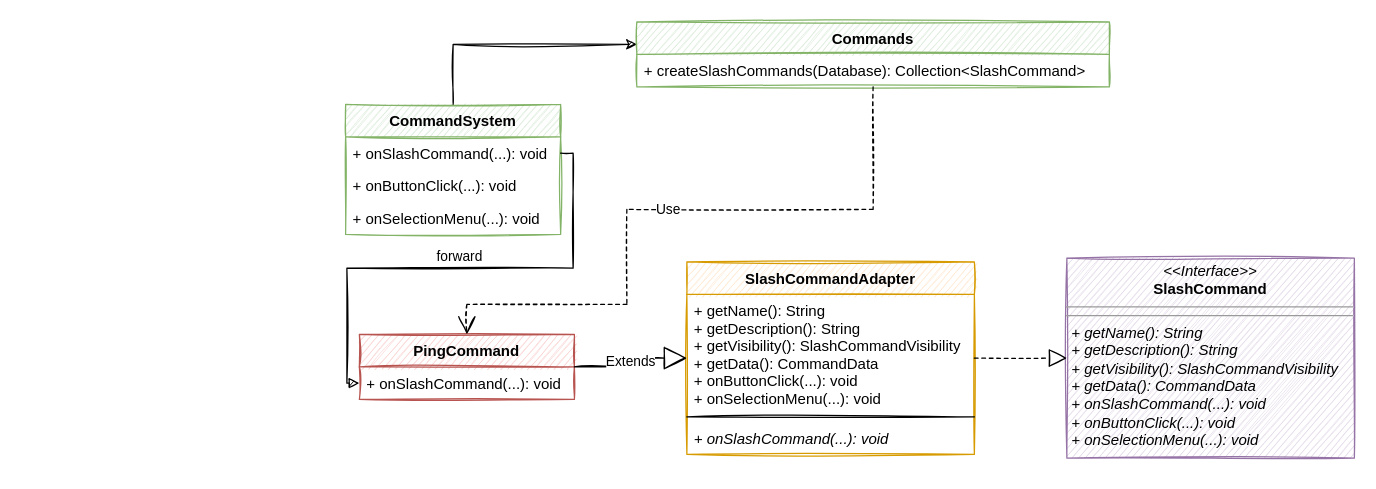
Together-Java/TJ-Bot keeps this draw.io diagram as meta/TJ-Bot Command System Structure.drawio.xml. Above is the earlier version. Source tidied: cells renumbered, new cells numbered last; positions are measured from the earlier drawing's top-left corner, leaving out a move shared by most shapes. Both pictures are drawn from the tidied source at 125%, with x=0, y=0 at pixel (345, 21). Pictures stored in the file or linked from it are replaced by grey dashed boxes.
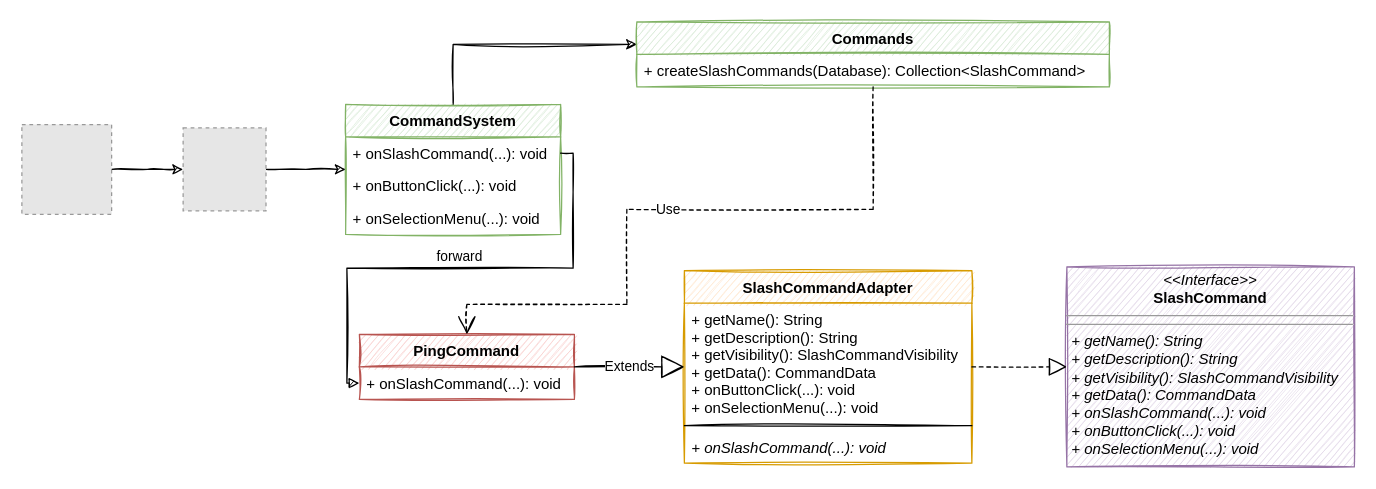
The same diagram, later.

The change refers to these unchanged cells:
```xml
<mxCell id="3" value="CommandSystem" style="swimlane;fontStyle=1;align=center;verticalAlign=top;horizontal=1;startSize=26;sketch=1;fillColor=#d5e8d4;strokeColor=#82b366;" parent="1" vertex="1">
  <mxGeometry y="66" width="172" height="104" as="geometry" />
</mxCell>
```

What changed in the source:
```diff
@@
     <mxCell id="11" value="SlashCommandAdapter" style="swimlane;fontStyle=1;align=center;verticalAlign=top;horizontal=1;startSize=26;sketch=1;fillColor=#ffe6cc;strokeColor=#d79b00;" parent="1" vertex="1">
-      <mxGeometry x="273" y="192" width="230" height="154" as="geometry" />
+      <mxGeometry x="271" y="199" width="230" height="154" as="geometry" />
     </mxCell>
@@
     <mxCell id="15" value="&lt;p style=&quot;margin: 0px ; margin-top: 4px ; text-align: center&quot;&gt;&lt;i&gt;&amp;lt;&amp;lt;Interface&amp;gt;&amp;gt;&lt;/i&gt;&lt;br&gt;&lt;b&gt;SlashCommand&lt;/b&gt;&lt;/p&gt;&lt;hr size=&quot;1&quot;&gt;&lt;hr size=&quot;1&quot;&gt;&lt;p style=&quot;margin: 0px ; margin-left: 4px&quot;&gt;&lt;i&gt;+ getName(): String&lt;br&gt;+ getDescription(): String&lt;/i&gt;&lt;/p&gt;&lt;p style=&quot;margin: 0px ; margin-left: 4px&quot;&gt;&lt;i&gt;+ getVisibility(): SlashCommandVisibility&lt;/i&gt;&lt;/p&gt;&lt;p style=&quot;margin: 0px ; margin-left: 4px&quot;&gt;&lt;i&gt;+ getData(): CommandData&lt;/i&gt;&lt;/p&gt;&lt;p style=&quot;margin: 0px ; margin-left: 4px&quot;&gt;&lt;i&gt;+ onSlashCommand(...): void&lt;/i&gt;&lt;/p&gt;&lt;p style=&quot;margin: 0px ; margin-left: 4px&quot;&gt;&lt;i&gt;+ onButtonClick(...): void&lt;br&gt;&lt;/i&gt;&lt;/p&gt;&lt;p style=&quot;margin: 0px ; margin-left: 4px&quot;&gt;&lt;i&gt;+ onSelectionMenu(...): void&lt;/i&gt;&lt;br&gt;&lt;/p&gt;" style="verticalAlign=top;align=left;overflow=fill;fontSize=12;fontFamily=Helvetica;html=1;sketch=1;fillColor=#e1d5e7;strokeColor=#9673a6;" parent="1" vertex="1">
-      <mxGeometry x="577" y="189" width="230" height="160" as="geometry" />
+      <mxGeometry x="577" y="196" width="230" height="160" as="geometry" />
     </mxCell>
@@
+    <mxCell id="20" style="edgeStyle=orthogonalEdgeStyle;rounded=0;jettySize=auto;html=1;sketch=1;" parent="1" edge="1" source="21" target="23">
+      <mxGeometry relative="1" as="geometry" />
+    </mxCell>
+    <mxCell id="21" style="fillColor=#E6E6E6;strokeColor=#999999;dashed=1;html=1;verticalAlign=top;verticalLabelPosition=bottom;labelBackgroundColor=#ffffff;" parent="1" vertex="1">
+      <mxGeometry x="-259" y="82.1" width="71.8" height="71.8" as="geometry" />
+    </mxCell>
+    <mxCell id="22" style="edgeStyle=orthogonalEdgeStyle;rounded=0;jettySize=auto;html=1;sketch=1;" parent="1" edge="1" source="23" target="3">
+      <mxGeometry relative="1" as="geometry" />
+    </mxCell>
+    <mxCell id="23" style="fillColor=#E6E6E6;strokeColor=#999999;dashed=1;verticalLabelPosition=bottom;labelBackgroundColor=#ffffff;verticalAlign=top;" parent="1" vertex="1">
+      <mxGeometry x="-130" y="84.8" width="66.3" height="66.3" as="geometry" />
+    </mxCell>
```
